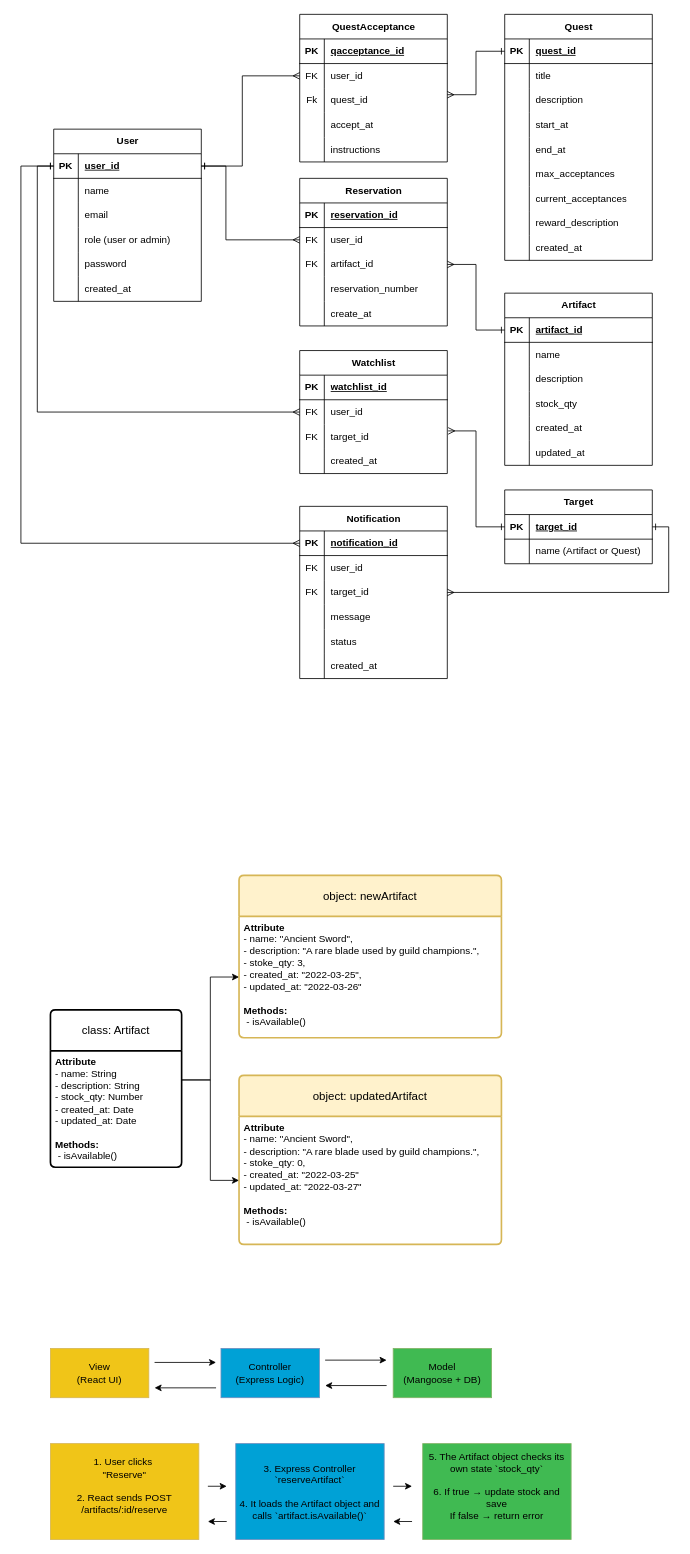
The draw.io diagram img/images_GAMSproject.drawio in lorenaborges256/guild-contract-artifact-watch-docs, before the edit. Source tidied: cells renumbered, new cells numbered last; positions are measured from the earlier drawing's top-left corner, leaving out a move shared by most shapes. Both pictures are drawn from the tidied source at 82%, with x=0, y=0 at pixel (20, 14).
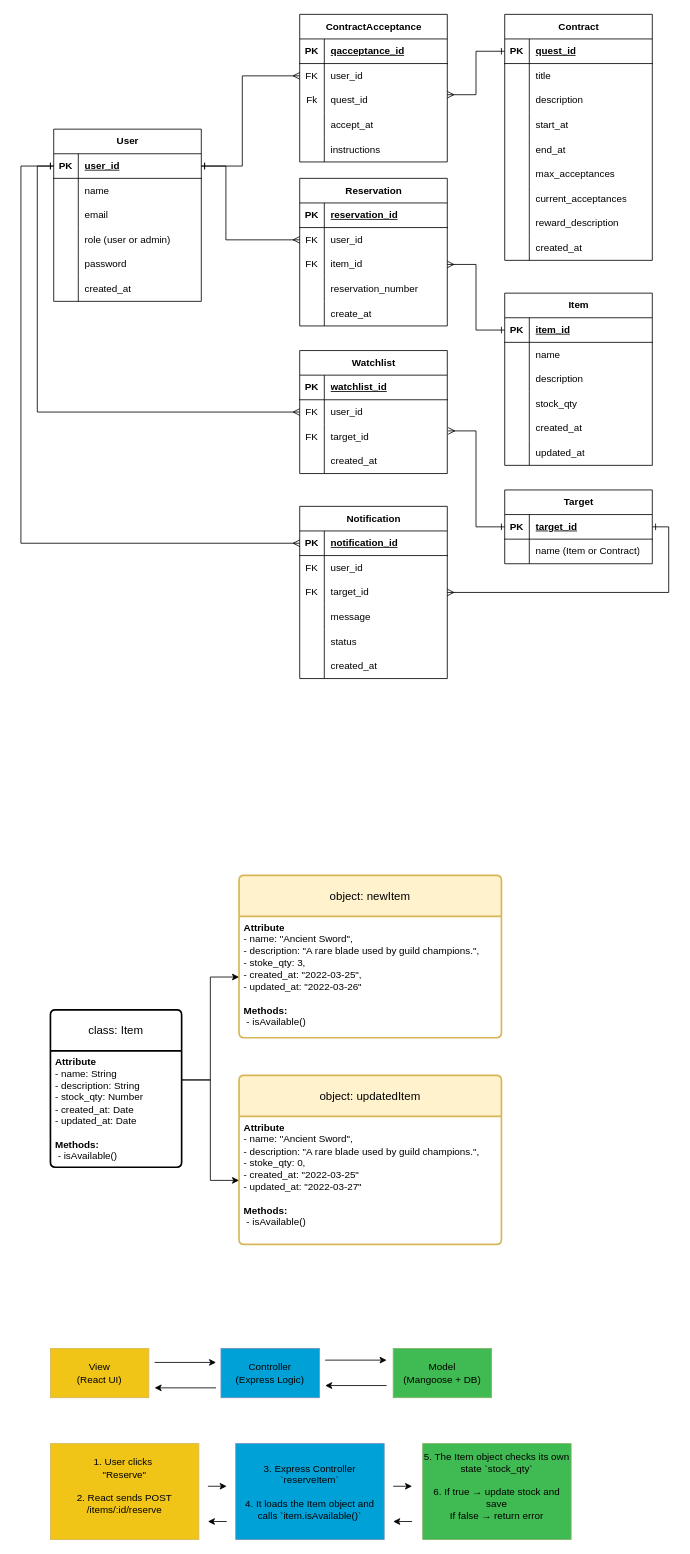
Above is the later version.

Commit message (it also covers changes not shown here):
doc: Rename entities/attributes: Artifacts to Items, Quests to Contracts

The change refers to these unchanged cells:
```xml
<mxCell id="22" style="shape=tableRow;horizontal=0;startSize=0;swimlaneHead=0;swimlaneBody=0;fillColor=none;points=[[0,0.5],[1,0.5]];portConstraint=eastwest;top=0;left=0;right=0;bottom=1;" parent="21" vertex="1">
  <mxGeometry y="30" width="180" height="30" as="geometry" />
</mxCell>
<mxCell id="75" style="shape=tableRow;horizontal=0;startSize=0;swimlaneHead=0;swimlaneBody=0;fillColor=none;points=[[0,0.5],[1,0.5]];portConstraint=eastwest;top=0;left=0;right=0;bottom=0;" parent="68" vertex="1">
  <mxGeometry y="90" width="180" height="30" as="geometry" />
</mxCell>
<mxCell id="120" style="shape=tableRow;horizontal=0;startSize=0;swimlaneHead=0;swimlaneBody=0;fillColor=none;top=0;left=0;right=0;bottom=0;" parent="116" vertex="1">
  <mxGeometry y="60" width="180" height="30" as="geometry" />
</mxCell>
```

The edit, as a diff of the source:
```diff
@@
-    <mxCell id="21" value="Artifact" style="shape=table;startSize=30;childLayout=tableLayout;rowLines=0;fontStyle=1;align=center;html=1;" parent="1" vertex="1">
+    <mxCell id="21" value="Item" style="shape=table;startSize=30;childLayout=tableLayout;rowLines=0;fontStyle=1;align=center;html=1;" parent="1" vertex="1">
       <mxGeometry x="590" y="340" width="180" height="210" as="geometry" />
     </mxCell>
@@
-    <mxCell id="24" value="artifact_id" style="shape=partialRectangle;fillColor=none;top=0;left=0;bottom=0;right=0;align=left;spacingLeft=6;fontStyle=5;overflow=hidden;whiteSpace=wrap;html=1;" parent="22" vertex="1">
+    <mxCell id="24" value="item_id" style="shape=partialRectangle;fillColor=none;top=0;left=0;bottom=0;right=0;align=left;spacingLeft=6;fontStyle=5;overflow=hidden;whiteSpace=wrap;html=1;" parent="22" vertex="1">
       <mxGeometry x="30" width="150" height="30" as="geometry" />
     </mxCell>
@@
-    <mxCell id="40" value="Quest" style="shape=table;startSize=30;childLayout=tableLayout;rowLines=0;fontStyle=1;align=center;html=1;" parent="1" vertex="1">
+    <mxCell id="40" value="Contract" style="shape=table;startSize=30;childLayout=tableLayout;rowLines=0;fontStyle=1;align=center;html=1;" parent="1" vertex="1">
       <mxGeometry x="590" width="180" height="300" as="geometry" />
     </mxCell>
@@
-    <mxCell id="77" value="artifact_id" style="shape=partialRectangle;fillColor=none;top=0;left=0;bottom=0;right=0;align=left;spacingLeft=6;overflow=hidden;whiteSpace=wrap;html=1;" parent="75" vertex="1">
+    <mxCell id="77" value="item_id" style="shape=partialRectangle;fillColor=none;top=0;left=0;bottom=0;right=0;align=left;spacingLeft=6;overflow=hidden;whiteSpace=wrap;html=1;" parent="75" vertex="1">
       <mxGeometry x="30" width="150" height="30" as="geometry" />
     </mxCell>
@@
-    <mxCell id="84" value="&lt;div&gt;QuestAcceptance&lt;/div&gt;" style="shape=table;startSize=30;childLayout=tableLayout;rowLines=0;fontStyle=1;align=center;html=1;" parent="1" vertex="1">
+    <mxCell id="84" value="&lt;div&gt;ContractAcceptance&lt;/div&gt;" style="shape=table;startSize=30;childLayout=tableLayout;rowLines=0;fontStyle=1;align=center;html=1;" parent="1" vertex="1">
       <mxGeometry x="340" width="180" height="180" as="geometry" />
     </mxCell>
@@
-    <mxCell id="122" value="name (Artifact or Quest)" style="shape=partialRectangle;fillColor=none;top=0;left=0;bottom=0;right=0;align=left;spacingLeft=6;overflow=hidden;whiteSpace=wrap;html=1;" parent="120" vertex="1">
+    <mxCell id="122" value="name (Item or Contract)" style="shape=partialRectangle;fillColor=none;top=0;left=0;bottom=0;right=0;align=left;spacingLeft=6;overflow=hidden;whiteSpace=wrap;html=1;" parent="120" vertex="1">
       <mxGeometry x="30" width="150" height="30" as="geometry" />
     </mxCell>
@@
-    <mxCell id="147" value="class: Artifact" style="swimlane;horizontal=1;startSize=50;rounded=1;fontSize=14;fontStyle=0;strokeWidth=2;shadow=0;dashed=0;align=center;arcSize=4;whiteSpace=wrap;html=1;" parent="1" vertex="1">
+    <mxCell id="147" value="class: Item" style="swimlane;horizontal=1;startSize=50;rounded=1;fontSize=14;fontStyle=0;strokeWidth=2;shadow=0;dashed=0;align=center;arcSize=4;whiteSpace=wrap;html=1;" parent="1" vertex="1">
       <mxGeometry x="36" y="1214" width="160" height="192" as="geometry" />
     </mxCell>
@@
-    <mxCell id="149" value="object: newArtifact" style="swimlane;horizontal=1;startSize=50;rounded=1;fontSize=14;fontStyle=0;strokeWidth=2;shadow=0;dashed=0;align=center;arcSize=4;whiteSpace=wrap;html=1;fillColor=#fff2cc;strokeColor=#d6b656;" parent="1" vertex="1">
+    <mxCell id="149" value="object: newItem" style="swimlane;horizontal=1;startSize=50;rounded=1;fontSize=14;fontStyle=0;strokeWidth=2;shadow=0;dashed=0;align=center;arcSize=4;whiteSpace=wrap;html=1;fillColor=#fff2cc;strokeColor=#d6b656;" parent="1" vertex="1">
       <mxGeometry x="266" y="1050" width="320" height="198" as="geometry" />
     </mxCell>
@@
-    <mxCell id="151" value="object: updatedArtifact" style="swimlane;horizontal=1;startSize=50;rounded=1;fontSize=14;fontStyle=0;strokeWidth=2;shadow=0;dashed=0;align=center;arcSize=4;whiteSpace=wrap;html=1;fillColor=#fff2cc;strokeColor=#d6b656;" parent="1" vertex="1">
+    <mxCell id="151" value="object: updatedItem" style="swimlane;horizontal=1;startSize=50;rounded=1;fontSize=14;fontStyle=0;strokeWidth=2;shadow=0;dashed=0;align=center;arcSize=4;whiteSpace=wrap;html=1;fillColor=#fff2cc;strokeColor=#d6b656;" parent="1" vertex="1">
       <mxGeometry x="266" y="1294" width="320" height="206" as="geometry" />
     </mxCell>
@@
-    <mxCell id="162" value="1. User clicks&amp;nbsp;&lt;div&gt;&quot;Reserve&quot;&lt;/div&gt;&lt;div&gt;&lt;br&gt;&lt;/div&gt;&lt;div&gt;&lt;div&gt;2. React sends POST /artifacts/:id/reserve&lt;/div&gt;&lt;/div&gt;&lt;div&gt;&lt;br&gt;&lt;/div&gt;" style="rounded=0;whiteSpace=wrap;html=1;fillColor=light-dark(#f0c518, #281d00);strokeColor=#d6b656;" parent="1" vertex="1">
+    <mxCell id="162" value="1. User clicks&amp;nbsp;&lt;div&gt;&quot;Reserve&quot;&lt;/div&gt;&lt;div&gt;&lt;br&gt;&lt;/div&gt;&lt;div&gt;&lt;div&gt;2. React sends POST /items/:id/reserve&lt;/div&gt;&lt;/div&gt;&lt;div&gt;&lt;br&gt;&lt;/div&gt;" style="rounded=0;whiteSpace=wrap;html=1;fillColor=light-dark(#f0c518, #281d00);strokeColor=#d6b656;" parent="1" vertex="1">
       <mxGeometry x="36" y="1743" width="181" height="117" as="geometry" />
     </mxCell>
-    <mxCell id="163" value="&lt;div&gt;3. Express Controller `reserveArtifact`&lt;/div&gt;&lt;div&gt;&lt;br&gt;&lt;/div&gt;&lt;div&gt;&lt;div&gt;4. It loads the Artifact object and calls `&lt;span style=&quot;background-color: transparent; color: light-dark(rgb(0, 0, 0), rgb(255, 255, 255));&quot;&gt;artifact.isAvailable()`&lt;/span&gt;&lt;/div&gt;&lt;/div&gt;" style="rounded=0;whiteSpace=wrap;html=1;fillColor=light-dark(#00a1d6, #1d293b);strokeColor=#6c8ebf;" parent="1" vertex="1">
+    <mxCell id="163" value="&lt;div&gt;3. Express Controller `reserveItem`&lt;/div&gt;&lt;div&gt;&lt;br&gt;&lt;/div&gt;&lt;div&gt;&lt;div&gt;4. It loads the Item object and calls `&lt;span style=&quot;background-color: transparent; color: light-dark(rgb(0, 0, 0), rgb(255, 255, 255));&quot;&gt;item.isAvailable()`&lt;/span&gt;&lt;/div&gt;&lt;/div&gt;" style="rounded=0;whiteSpace=wrap;html=1;fillColor=light-dark(#00a1d6, #1d293b);strokeColor=#6c8ebf;" parent="1" vertex="1">
       <mxGeometry x="262" y="1743" width="181" height="117" as="geometry" />
     </mxCell>
-    <mxCell id="164" value="&lt;div&gt;5. The Artifact object checks its own state `stock_qty`&lt;/div&gt;&lt;div&gt;&lt;br&gt;&lt;/div&gt;&lt;div&gt;&lt;div&gt;6. If true → update stock and save&lt;/div&gt;&lt;div&gt;If false → return error&lt;/div&gt;&lt;/div&gt;&lt;div&gt;&lt;br&gt;&lt;/div&gt;" style="rounded=0;whiteSpace=wrap;html=1;fillColor=light-dark(#40ba52, #1f2f1e);strokeColor=#82b366;" parent="1" vertex="1">
+    <mxCell id="164" value="&lt;div&gt;5. The Item object checks its own state `stock_qty`&lt;/div&gt;&lt;div&gt;&lt;br&gt;&lt;/div&gt;&lt;div&gt;&lt;div&gt;6. If true → update stock and save&lt;/div&gt;&lt;div&gt;If false → return error&lt;/div&gt;&lt;/div&gt;&lt;div&gt;&lt;br&gt;&lt;/div&gt;" style="rounded=0;whiteSpace=wrap;html=1;fillColor=light-dark(#40ba52, #1f2f1e);strokeColor=#82b366;" parent="1" vertex="1">
       <mxGeometry x="490" y="1743" width="181" height="117" as="geometry" />
     </mxCell>
```
